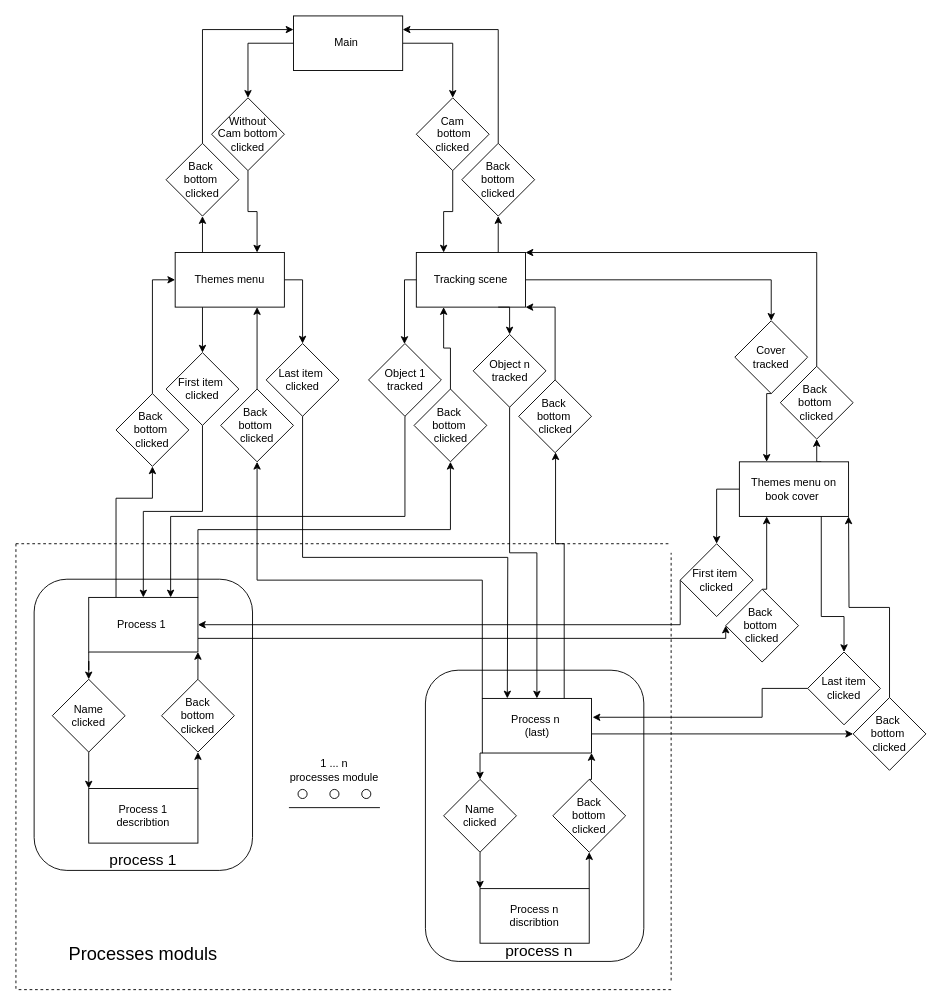
This is reports/schemes/User _flow.drawio from Nekttuman/Thermodinamics, a draw.io file, before an edit. Source tidied: cells renumbered, new cells numbered last; positions are measured from the earlier drawing's top-left corner, leaving out a move shared by most shapes. Both pictures are drawn from the tidied source at 91%, with x=0, y=0 at pixel (15, 15).
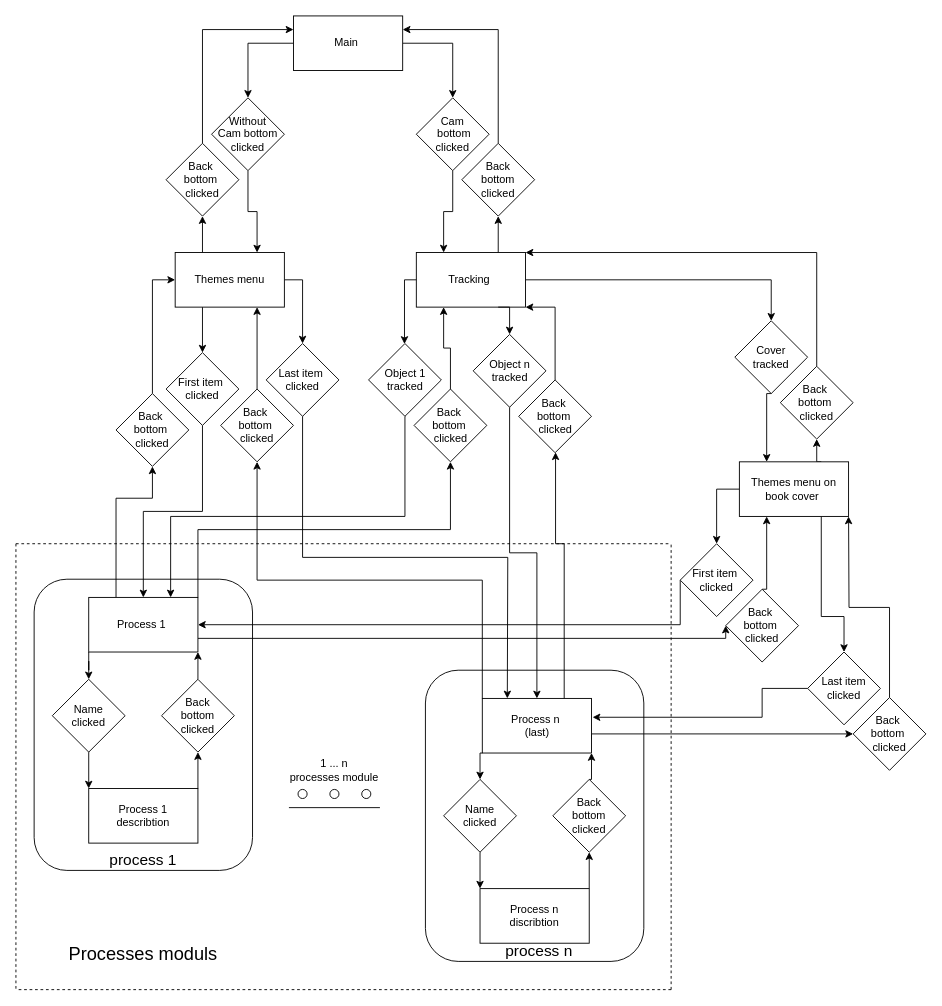
The same page after the edit.

Commit message (it also covers changes not shown here):
scene scheme

What changed in the source:
```diff
@@
-    <mxCell id="31" value="Tracking scene" style="rounded=0;whiteSpace=wrap;html=1;" parent="1" vertex="1">
+    <mxCell id="31" value="Tracking&amp;nbsp;" style="rounded=0;whiteSpace=wrap;html=1;" parent="1" vertex="1">
       <mxGeometry x="440" y="260" width="120" height="60" as="geometry" />
     </mxCell>
@@
     <mxCell id="59" style="endArrow=none;dashed=1;html=1;" parent="1" edge="1">
       <mxGeometry relative="1" as="geometry">
-        <mxPoint x="720" y="1060" as="sourcePoint" />
-        <mxPoint x="720" y="590" as="targetPoint" />
+        <mxPoint x="720" y="1070" as="sourcePoint" />
+        <mxPoint x="720" y="580" as="targetPoint" />
       </mxGeometry>
     </mxCell>
```
